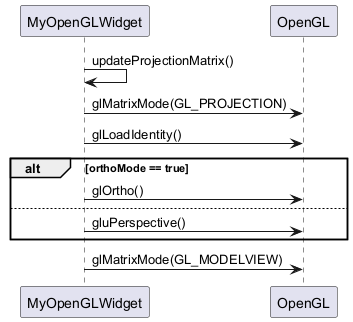
The PlantUML diagram html/inline_umlgraph_16.png in ChihiroYamashita/cg-repo, before a commit.
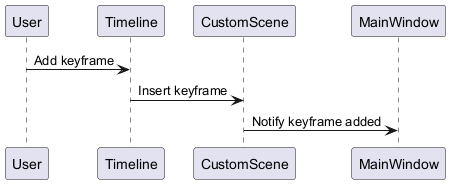
The same file after the commit.

What changed in the source:
```diff
@@ -1,11 +1,5 @@
 @startuml inline_umlgraph_16.png
-MyOpenGLWidget -> MyOpenGLWidget : updateProjectionMatrix()
-MyOpenGLWidget -> OpenGL : glMatrixMode(GL_PROJECTION)
-MyOpenGLWidget -> OpenGL : glLoadIdentity()
-alt orthoMode == true
-    MyOpenGLWidget -> OpenGL : glOrtho()
-else
-    MyOpenGLWidget -> OpenGL : gluPerspective()
-end
-MyOpenGLWidget -> OpenGL : glMatrixMode(GL_MODELVIEW)
+User -> Timeline : Add keyframe
+Timeline -> CustomScene : Insert keyframe
+CustomScene -> MainWindow : Notify keyframe added
 @enduml
```
